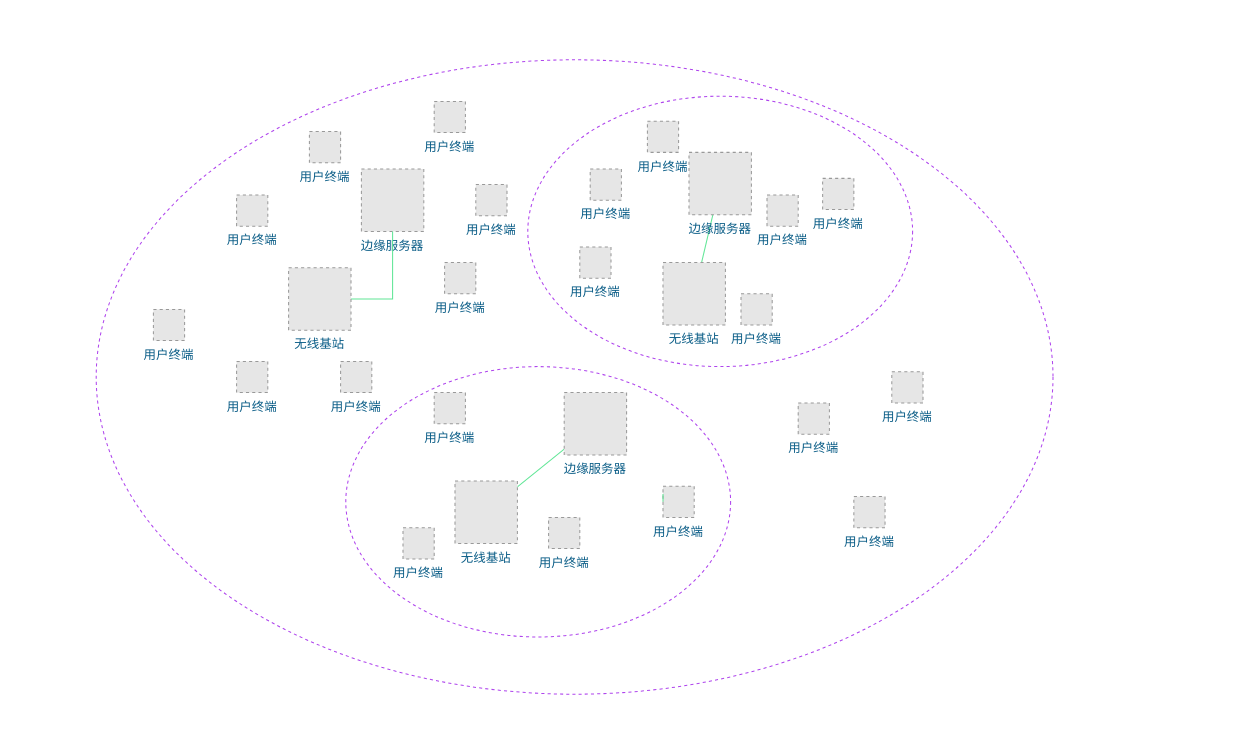
Above: 未命名绘图.drawio in codeanan/diagrams (draw.io), before the change. Source tidied: cells renumbered, new cells numbered last; positions are measured from the earlier drawing's top-left corner, leaving out a move shared by most shapes. Both pictures are drawn from the tidied source at 104%, with x=0, y=0 at pixel (18, 59). Pictures stored in the file or linked from it are replaced by grey dashed boxes.
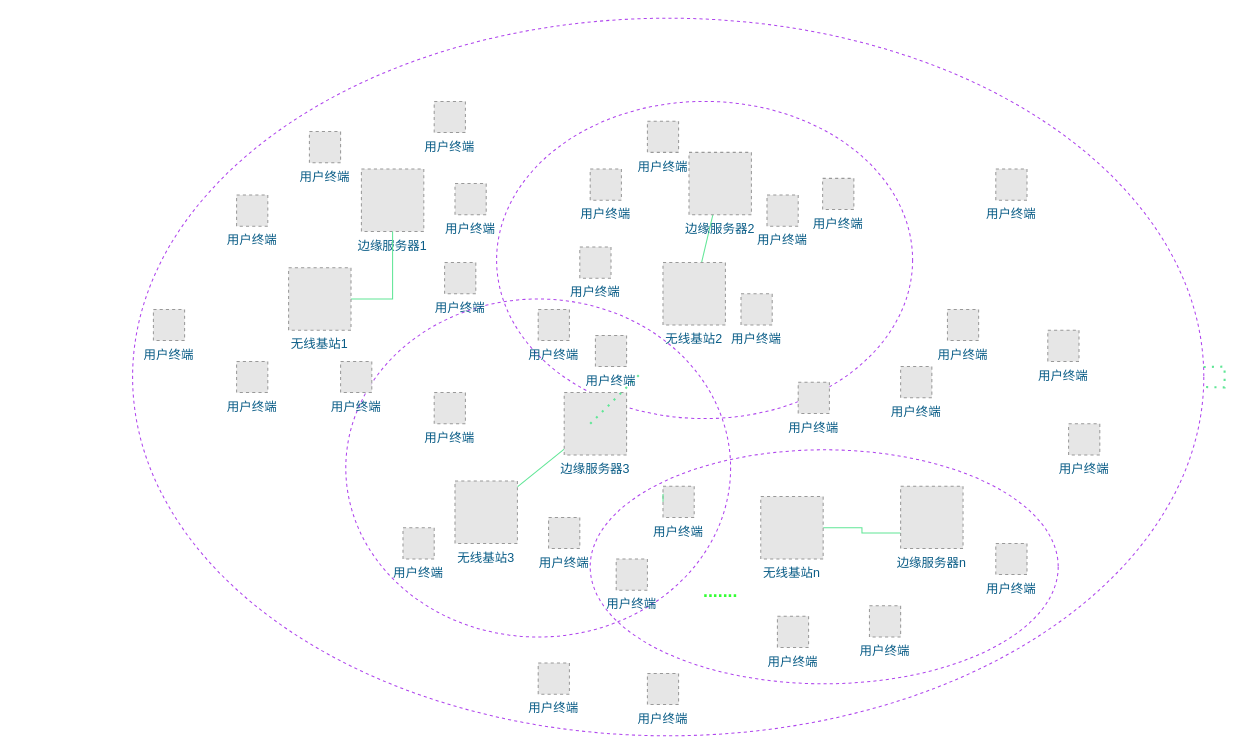
Above is the later version.

Commit message:
网络模型图

What changed in the source:
```diff
@@
     <mxCell id="2" style="ellipse;whiteSpace=wrap;html=1;dashed=1;labelBackgroundColor=none;labelBorderColor=none;strokeColor=#AF45ED;fontColor=#095C86;fillColor=none;" parent="1" vertex="1">
-      <mxGeometry x="490" y="35" width="370" height="260" as="geometry" />
+      <mxGeometry x="460" y="40" width="400" height="305" as="geometry" />
     </mxCell>
+    <mxCell id="4" style="ellipse;whiteSpace=wrap;html=1;dashed=1;labelBackgroundColor=none;labelBorderColor=none;strokeColor=#AF45ED;fontColor=#095C86;fillColor=none;" parent="1" vertex="1">
+      <mxGeometry x="315" y="230" width="370" height="325" as="geometry" />
+    </mxCell>
+    <mxCell id="40" style="ellipse;whiteSpace=wrap;html=1;dashed=1;labelBackgroundColor=none;labelBorderColor=none;strokeColor=#AF45ED;fontColor=#095C86;fillColor=none;" parent="1" vertex="1">
+      <mxGeometry x="550" y="375" width="450" height="225" as="geometry" />
+    </mxCell>
     <mxCell id="3" style="ellipse;whiteSpace=wrap;html=1;dashed=1;labelBackgroundColor=none;labelBorderColor=none;strokeColor=#AF45ED;fontColor=#095C86;fillColor=none;" parent="1" vertex="1">
-      <mxGeometry x="75" width="920" height="610" as="geometry" />
+      <mxGeometry x="110" y="-40" width="1030" height="690" as="geometry" />
     </mxCell>
-    <mxCell id="4" style="ellipse;whiteSpace=wrap;html=1;dashed=1;labelBackgroundColor=none;labelBorderColor=none;strokeColor=#AF45ED;fontColor=#095C86;fillColor=none;" parent="1" vertex="1">
-      <mxGeometry x="315" y="295" width="370" height="260" as="geometry" />
-    </mxCell>
@@
-    <mxCell id="6" value="边缘服务器" style="fillColor=#E6E6E6;strokeColor=#999999;dashed=1;verticalLabelPosition=bottom;verticalAlign=top;fontColor=#095C86;" parent="1" vertex="1">
+    <mxCell id="6" value="边缘服务器1" style="fillColor=#E6E6E6;strokeColor=#999999;dashed=1;verticalLabelPosition=bottom;verticalAlign=top;fontColor=#095C86;" parent="1" vertex="1">
       <mxGeometry x="330" y="105" width="60" height="60" as="geometry" />
     </mxCell>
@@
     <mxCell id="8" value="用户终端" style="fillColor=#E6E6E6;strokeColor=#999999;dashed=1;verticalLabelPosition=bottom;verticalAlign=top;fontColor=#095C86;" parent="1" vertex="1">
-      <mxGeometry x="440" y="120" width="30" height="30" as="geometry" />
+      <mxGeometry x="420" y="119" width="30" height="30" as="geometry" />
     </mxCell>
@@
-    <mxCell id="15" value="无线基站" style="fillColor=#E6E6E6;strokeColor=#999999;dashed=1;verticalLabelPosition=bottom;verticalAlign=top;fontColor=#095C86;" parent="1" vertex="1">
+    <mxCell id="15" value="无线基站2" style="fillColor=#E6E6E6;strokeColor=#999999;dashed=1;verticalLabelPosition=bottom;verticalAlign=top;fontColor=#095C86;" parent="1" vertex="1">
       <mxGeometry x="620" y="195" width="60" height="60" as="geometry" />
     </mxCell>
-    <mxCell id="16" value="边缘服务器" style="fillColor=#E6E6E6;strokeColor=#999999;dashed=1;verticalLabelPosition=bottom;verticalAlign=top;fontColor=#095C86;" parent="1" vertex="1">
+    <mxCell id="16" value="边缘服务器2" style="fillColor=#E6E6E6;strokeColor=#999999;dashed=1;verticalLabelPosition=bottom;verticalAlign=top;fontColor=#095C86;" parent="1" vertex="1">
       <mxGeometry x="645" y="89" width="60" height="60" as="geometry" />
     </mxCell>
@@
-    <mxCell id="18" value="无线基站" style="fillColor=#E6E6E6;strokeColor=#999999;dashed=1;verticalLabelPosition=bottom;verticalAlign=top;fontColor=#095C86;" parent="1" vertex="1">
+    <mxCell id="18" value="无线基站3" style="fillColor=#E6E6E6;strokeColor=#999999;dashed=1;verticalLabelPosition=bottom;verticalAlign=top;fontColor=#095C86;" parent="1" vertex="1">
       <mxGeometry x="420" y="405" width="60" height="60" as="geometry" />
     </mxCell>
-    <mxCell id="19" value="边缘服务器" style="fillColor=#E6E6E6;strokeColor=#999999;dashed=1;verticalLabelPosition=bottom;verticalAlign=top;fontColor=#095C86;" parent="1" vertex="1">
+    <mxCell id="19" value="边缘服务器3" style="fillColor=#E6E6E6;strokeColor=#999999;dashed=1;verticalLabelPosition=bottom;verticalAlign=top;fontColor=#095C86;" parent="1" vertex="1">
       <mxGeometry x="525" y="320" width="60" height="60" as="geometry" />
     </mxCell>
@@
-    <mxCell id="29" style="ellipse;whiteSpace=wrap;html=1;rounded=1;shadow=0;dashed=1;sketch=0;opacity=0;fillColor=#F694C1;strokeColor=#AF45ED;fontColor=#095C86;" parent="1" vertex="1">
-      <mxGeometry x="400" y="240" width="80" height="80" as="geometry" />
-    </mxCell>
-    <mxCell id="30" style="ellipse;whiteSpace=wrap;html=1;rounded=1;shadow=0;dashed=1;sketch=0;opacity=0;fillColor=#F694C1;strokeColor=#AF45ED;fontColor=#095C86;" parent="1" vertex="1">
-      <mxGeometry x="380" y="240" width="80" height="80" as="geometry" />
-    </mxCell>
@@
-    <mxCell id="36" value="无线基站" style="fillColor=#E6E6E6;strokeColor=#999999;dashed=1;verticalLabelPosition=bottom;verticalAlign=top;fontColor=#095C86;" parent="1" vertex="1">
+    <mxCell id="36" value="无线基站1" style="fillColor=#E6E6E6;strokeColor=#999999;dashed=1;verticalLabelPosition=bottom;verticalAlign=top;fontColor=#095C86;" parent="1" vertex="1">
       <mxGeometry x="260" y="200" width="60" height="60" as="geometry" />
     </mxCell>
     <mxCell id="37" value="用户终端" style="fillColor=#E6E6E6;strokeColor=#999999;dashed=1;verticalLabelPosition=bottom;verticalAlign=top;fontColor=#095C86;" parent="1" vertex="1">
-      <mxGeometry x="840" y="300" width="30" height="30" as="geometry" />
+      <mxGeometry x="893.5" y="240" width="30" height="30" as="geometry" />
     </mxCell>
     <mxCell id="38" value="用户终端" style="fillColor=#E6E6E6;strokeColor=#999999;dashed=1;verticalLabelPosition=bottom;verticalAlign=top;fontColor=#095C86;" parent="1" vertex="1">
-      <mxGeometry x="803.5" y="420" width="30" height="30" as="geometry" />
+      <mxGeometry x="848.5" y="295" width="30" height="30" as="geometry" />
     </mxCell>
     <mxCell id="39" value="用户终端" style="fillColor=#E6E6E6;strokeColor=#999999;dashed=1;verticalLabelPosition=bottom;verticalAlign=top;fontColor=#095C86;" parent="1" vertex="1">
-      <mxGeometry x="750" y="330" width="30" height="30" as="geometry" />
+      <mxGeometry x="750" y="310" width="30" height="30" as="geometry" />
     </mxCell>
+    <mxCell id="41" style="endArrow=none;dashed=1;html=1;dashPattern=1 3;strokeWidth=2;rounded=0;strokeColor=#60E696;fontColor=#095C86;fillColor=#F694C1;" parent="1" edge="1">
+      <mxGeometry relative="1" as="geometry">
+        <mxPoint x="550" y="350" as="sourcePoint" />
+        <mxPoint x="600" y="300" as="targetPoint" />
+      </mxGeometry>
+    </mxCell>
+    <mxCell id="42" style="endArrow=none;dashed=1;html=1;dashPattern=1 3;strokeWidth=2;rounded=0;strokeColor=#60E696;fontColor=#095C86;fillColor=#F694C1;" parent="1" edge="1" source="3" target="3">
+      <mxGeometry relative="1" as="geometry">
+        <Array as="points">
+          <mxPoint x="730" y="490" />
+        </Array>
+      </mxGeometry>
+    </mxCell>
+    <mxCell id="43" style="edgeStyle=orthogonalEdgeStyle;rounded=0;jettySize=auto;html=1;entryX=0;entryY=0.75;entryDx=0;entryDy=0;strokeColor=#60E696;fontColor=#095C86;endArrow=none;endFill=0;fillColor=#F694C1;" parent="1" edge="1" source="44" target="45">
+      <mxGeometry relative="1" as="geometry" />
+    </mxCell>
+    <mxCell id="44" value="无线基站n" style="fillColor=#E6E6E6;strokeColor=#999999;dashed=1;verticalLabelPosition=bottom;verticalAlign=top;fontColor=#095C86;" parent="1" vertex="1">
+      <mxGeometry x="714" y="420" width="60" height="60" as="geometry" />
+    </mxCell>
+    <mxCell id="45" value="边缘服务器n" style="fillColor=#E6E6E6;strokeColor=#999999;dashed=1;verticalLabelPosition=bottom;verticalAlign=top;fontColor=#095C86;" parent="1" vertex="1">
+      <mxGeometry x="848.5" y="410" width="60" height="60" as="geometry" />
+    </mxCell>
+    <mxCell id="46" value="用户终端" style="fillColor=#E6E6E6;strokeColor=#999999;dashed=1;verticalLabelPosition=bottom;verticalAlign=top;fontColor=#095C86;" parent="1" vertex="1">
+      <mxGeometry x="818.5" y="525" width="30" height="30" as="geometry" />
+    </mxCell>
+    <mxCell id="47" value="用户终端" style="fillColor=#E6E6E6;strokeColor=#999999;dashed=1;verticalLabelPosition=bottom;verticalAlign=top;fontColor=#095C86;" parent="1" vertex="1">
+      <mxGeometry x="730" y="535" width="30" height="30" as="geometry" />
+    </mxCell>
+    <mxCell id="48" value="用户终端" style="fillColor=#E6E6E6;strokeColor=#999999;dashed=1;verticalLabelPosition=bottom;verticalAlign=top;fontColor=#095C86;" parent="1" vertex="1">
+      <mxGeometry x="940" y="465" width="30" height="30" as="geometry" />
+    </mxCell>
+    <mxCell id="49" value="用户终端" style="fillColor=#E6E6E6;strokeColor=#999999;dashed=1;verticalLabelPosition=bottom;verticalAlign=top;fontColor=#095C86;" parent="1" vertex="1">
+      <mxGeometry x="990" y="260" width="30" height="30" as="geometry" />
+    </mxCell>
+    <mxCell id="50" value="用户终端" style="fillColor=#E6E6E6;strokeColor=#999999;dashed=1;verticalLabelPosition=bottom;verticalAlign=top;fontColor=#095C86;" parent="1" vertex="1">
+      <mxGeometry x="1010" y="350" width="30" height="30" as="geometry" />
+    </mxCell>
+    <mxCell id="51" value="用户终端" style="fillColor=#E6E6E6;strokeColor=#999999;dashed=1;verticalLabelPosition=bottom;verticalAlign=top;fontColor=#095C86;" parent="1" vertex="1">
+      <mxGeometry x="940" y="105" width="30" height="30" as="geometry" />
+    </mxCell>
+    <mxCell id="52" value="用户终端" style="fillColor=#E6E6E6;strokeColor=#999999;dashed=1;verticalLabelPosition=bottom;verticalAlign=top;fontColor=#095C86;" parent="1" vertex="1">
+      <mxGeometry x="605" y="590" width="30" height="30" as="geometry" />
+    </mxCell>
+    <mxCell id="53" value="用户终端" style="fillColor=#E6E6E6;strokeColor=#999999;dashed=1;verticalLabelPosition=bottom;verticalAlign=top;fontColor=#095C86;" parent="1" vertex="1">
+      <mxGeometry x="500" y="580" width="30" height="30" as="geometry" />
+    </mxCell>
+    <mxCell id="54" value="用户终端" style="fillColor=#E6E6E6;strokeColor=#999999;dashed=1;verticalLabelPosition=bottom;verticalAlign=top;fontColor=#095C86;" parent="1" vertex="1">
+      <mxGeometry x="575" y="480" width="30" height="30" as="geometry" />
+    </mxCell>
+    <mxCell id="55" value="用户终端" style="fillColor=#E6E6E6;strokeColor=#999999;dashed=1;verticalLabelPosition=bottom;verticalAlign=top;fontColor=#095C86;" parent="1" vertex="1">
+      <mxGeometry x="500" y="240" width="30" height="30" as="geometry" />
+    </mxCell>
+    <mxCell id="56" value="用户终端" style="fillColor=#E6E6E6;strokeColor=#999999;dashed=1;verticalLabelPosition=bottom;verticalAlign=top;fontColor=#095C86;" parent="1" vertex="1">
+      <mxGeometry x="555" y="265" width="30" height="30" as="geometry" />
+    </mxCell>
+    <mxCell id="57" value="&lt;font color=&quot;#33ff33&quot; style=&quot;font-size: 17px;&quot;&gt;&lt;b style=&quot;background-color: rgb(255, 255, 255);&quot;&gt;.......&lt;/b&gt;&lt;/font&gt;" style="text;html=1;strokeColor=none;fillColor=none;align=center;verticalAlign=middle;whiteSpace=wrap;rounded=0;dashed=1;labelBackgroundColor=none;labelBorderColor=none;fontColor=#095C86;strokeWidth=4;" parent="1" vertex="1">
+      <mxGeometry x="502.5" y="459.5" width="345" height="105" as="geometry" />
+    </mxCell>
```
